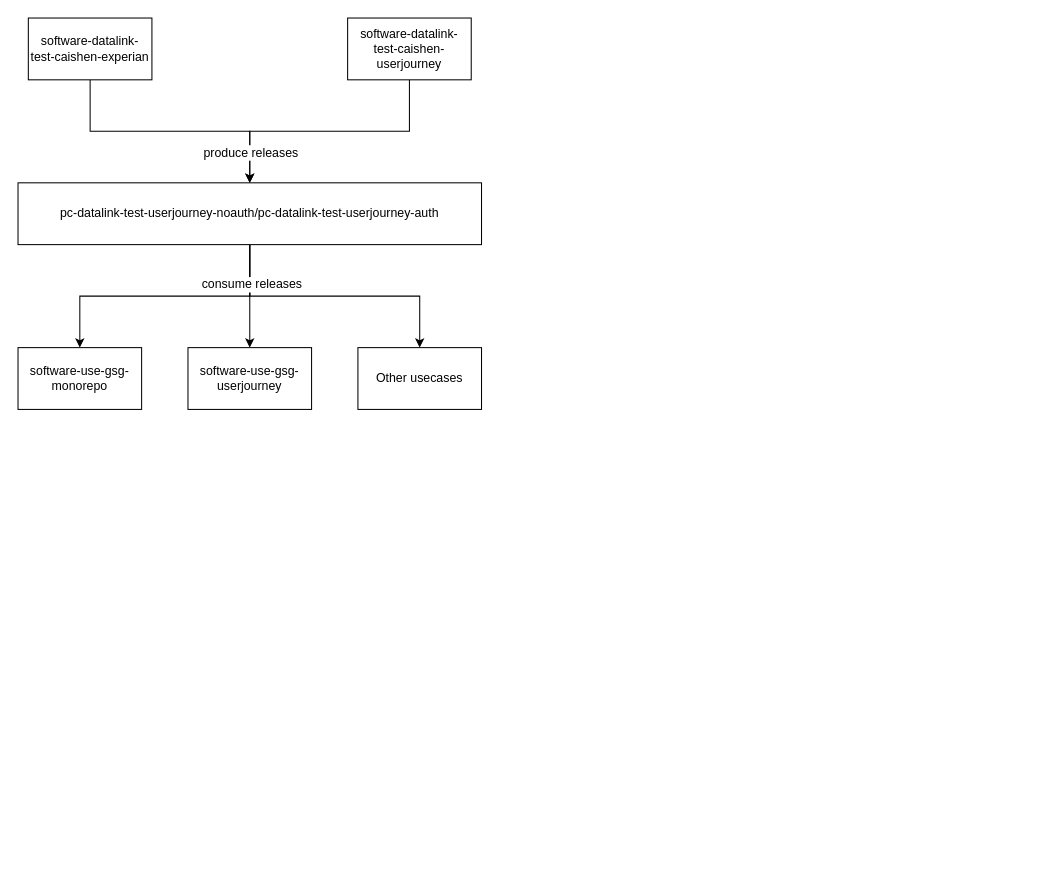
Above: page "Datalink in usecases" (3 of 3) of e1-flows.drawio in cjjian/Diagram (draw.io), before the change. Source tidied: cells renumbered, new cells numbered last; positions are measured from the earlier drawing's top-left corner, leaving out a move shared by most shapes. Both pictures are drawn from the tidied source at 103%, with x=0, y=0 at pixel (18, 18).
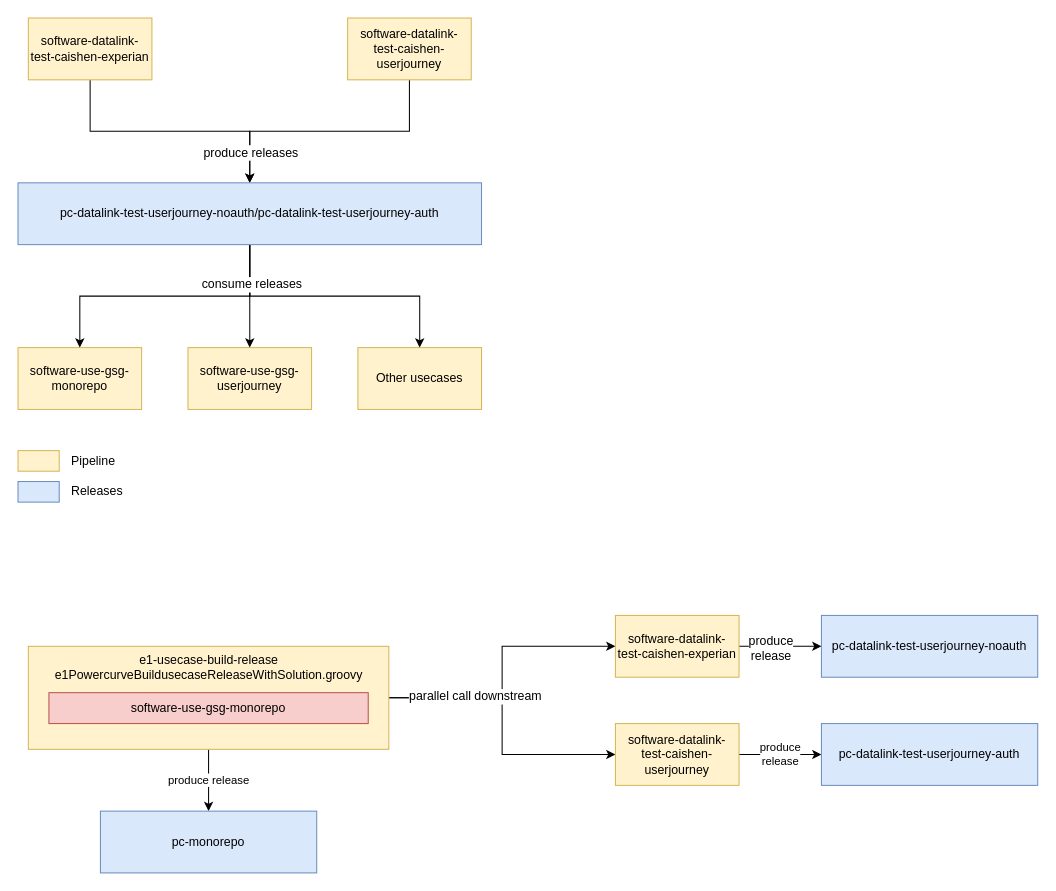
The same diagram, later.

Change to the diagram source:
```diff
@@
-    <mxCell id="2" value="software-use-gsg-monorepo" style="rounded=0;whiteSpace=wrap;html=1;" parent="1" vertex="1">
+    <mxCell id="2" value="software-use-gsg-monorepo" style="rounded=0;whiteSpace=wrap;html=1;fillColor=#fff2cc;strokeColor=#d6b656;" parent="1" vertex="1">
       <mxGeometry y="320" width="120" height="60" as="geometry" />
     </mxCell>
-    <mxCell id="3" value="software-use-gsg-userjourney" style="rounded=0;whiteSpace=wrap;html=1;" parent="1" vertex="1">
+    <mxCell id="3" value="software-use-gsg-userjourney" style="rounded=0;whiteSpace=wrap;html=1;fillColor=#fff2cc;strokeColor=#d6b656;" parent="1" vertex="1">
       <mxGeometry x="165" y="320" width="120" height="60" as="geometry" />
     </mxCell>
@@
-    <mxCell id="5" value="software-datalink-test-caishen-experian" style="rounded=0;whiteSpace=wrap;html=1;" parent="1" vertex="1">
+    <mxCell id="5" value="software-datalink-test-caishen-experian" style="rounded=0;whiteSpace=wrap;html=1;fillColor=#fff2cc;strokeColor=#d6b656;" parent="1" vertex="1">
       <mxGeometry x="10" width="120" height="60" as="geometry" />
     </mxCell>
@@
-    <mxCell id="8" value="software-datalink-test-caishen-userjourney" style="rounded=0;whiteSpace=wrap;html=1;" parent="1" vertex="1">
+    <mxCell id="8" value="software-datalink-test-caishen-userjourney" style="rounded=0;whiteSpace=wrap;html=1;fillColor=#fff2cc;strokeColor=#d6b656;" parent="1" vertex="1">
       <mxGeometry x="320" width="120" height="60" as="geometry" />
     </mxCell>
-    <mxCell id="9" value="Other usecases" style="rounded=0;whiteSpace=wrap;html=1;" parent="1" vertex="1">
+    <mxCell id="9" value="Other usecases" style="rounded=0;whiteSpace=wrap;html=1;fillColor=#fff2cc;strokeColor=#d6b656;" parent="1" vertex="1">
       <mxGeometry x="330" y="320" width="120" height="60" as="geometry" />
     </mxCell>
@@
-    <mxCell id="14" value="pc-datalink-test-userjourney-noauth/pc-datalink-test-userjourney-auth" style="rounded=0;whiteSpace=wrap;html=1;" parent="1" vertex="1">
+    <mxCell id="14" value="pc-datalink-test-userjourney-noauth/pc-datalink-test-userjourney-auth" style="rounded=0;whiteSpace=wrap;html=1;fillColor=#dae8fc;strokeColor=#6c8ebf;" parent="1" vertex="1">
       <mxGeometry y="160" width="450" height="60" as="geometry" />
     </mxCell>
+    <mxCell id="15" style="rounded=0;whiteSpace=wrap;html=1;fillColor=#fff2cc;strokeColor=#d6b656;" parent="1" vertex="1">
+      <mxGeometry y="420" width="40" height="20" as="geometry" />
+    </mxCell>
+    <mxCell id="16" style="rounded=0;whiteSpace=wrap;html=1;fillColor=#dae8fc;strokeColor=#6c8ebf;" parent="1" vertex="1">
+      <mxGeometry y="450" width="40" height="20" as="geometry" />
+    </mxCell>
+    <mxCell id="17" value="Pipeline" style="text;html=1;strokeColor=none;fillColor=none;align=left;verticalAlign=middle;whiteSpace=wrap;rounded=0;" parent="1" vertex="1">
+      <mxGeometry x="50" y="420" width="290" height="20" as="geometry" />
+    </mxCell>
+    <mxCell id="18" value="Releases" style="text;html=1;strokeColor=none;fillColor=none;align=left;verticalAlign=middle;whiteSpace=wrap;rounded=0;" parent="1" vertex="1">
+      <mxGeometry x="50" y="450" width="290" height="20" as="geometry" />
+    </mxCell>
+    <mxCell id="19" style="edgeStyle=orthogonalEdgeStyle;rounded=0;jettySize=auto;html=1;" parent="1" edge="1" source="23" target="27">
+      <mxGeometry relative="1" as="geometry" />
+    </mxCell>
+    <mxCell id="20" style="edgeStyle=orthogonalEdgeStyle;rounded=0;jettySize=auto;html=1;entryX=0;entryY=0.5;entryDx=0;entryDy=0;" parent="1" edge="1" source="23" target="29">
+      <mxGeometry relative="1" as="geometry" />
+    </mxCell>
+    <mxCell id="21" value="parallel call downstream" style="text;html=1;align=center;verticalAlign=middle;labelBackgroundColor=#ffffff;" parent="20" vertex="1">
+      <mxGeometry x="-0.4" y="2" relative="1" as="geometry" />
+    </mxCell>
+    <mxCell id="22" value="produce release" style="edgeStyle=orthogonalEdgeStyle;rounded=0;jettySize=auto;html=1;" parent="1" edge="1" source="23" target="32">
+      <mxGeometry relative="1" as="geometry" />
+    </mxCell>
+    <mxCell id="23" value="&lt;span style=&quot;white-space: normal&quot;&gt;e1-usecase-build-release&lt;/span&gt;&lt;br style=&quot;white-space: normal&quot;&gt;&lt;span style=&quot;white-space: normal&quot;&gt;e1PowercurveBuildusecaseReleaseWithSolution.groovy&lt;/span&gt;" style="html=1;fillColor=#fff2cc;strokeColor=#d6b656;horizontal=1;verticalAlign=top;" parent="1" vertex="1">
+      <mxGeometry x="10" y="610" width="350" height="100" as="geometry" />
+    </mxCell>
+    <mxCell id="24" value="software-use-gsg-monorepo" style="rounded=0;whiteSpace=wrap;html=1;fillColor=#f8cecc;strokeColor=#b85450;" parent="1" vertex="1">
+      <mxGeometry x="30" y="655" width="310" height="30" as="geometry" />
+    </mxCell>
+    <mxCell id="25" style="edgeStyle=orthogonalEdgeStyle;rounded=0;jettySize=auto;html=1;" parent="1" edge="1" source="27" target="30">
+      <mxGeometry relative="1" as="geometry" />
+    </mxCell>
+    <mxCell id="26" value="produce&lt;br&gt;release" style="text;html=1;align=center;verticalAlign=middle;labelBackgroundColor=#ffffff;" parent="25" vertex="1">
+      <mxGeometry x="-0.25" y="-1" relative="1" as="geometry" />
+    </mxCell>
+    <mxCell id="27" value="software-datalink-test-caishen-experian" style="rounded=0;whiteSpace=wrap;html=1;fillColor=#fff2cc;strokeColor=#d6b656;" parent="1" vertex="1">
+      <mxGeometry x="580" y="580" width="120" height="60" as="geometry" />
+    </mxCell>
+    <mxCell id="28" value="produce&lt;br&gt;release" style="edgeStyle=orthogonalEdgeStyle;rounded=0;jettySize=auto;html=1;" parent="1" edge="1" source="29" target="31">
+      <mxGeometry relative="1" as="geometry" />
+    </mxCell>
+    <mxCell id="29" value="software-datalink-test-caishen-userjourney" style="rounded=0;whiteSpace=wrap;html=1;fillColor=#fff2cc;strokeColor=#d6b656;" parent="1" vertex="1">
+      <mxGeometry x="580" y="685" width="120" height="60" as="geometry" />
+    </mxCell>
+    <mxCell id="30" value="pc-datalink-test-userjourney-noauth" style="rounded=0;whiteSpace=wrap;html=1;fillColor=#dae8fc;strokeColor=#6c8ebf;" parent="1" vertex="1">
+      <mxGeometry x="780" y="580" width="210" height="60" as="geometry" />
+    </mxCell>
+    <mxCell id="31" value="pc-datalink-test-userjourney-auth" style="rounded=0;whiteSpace=wrap;html=1;fillColor=#dae8fc;strokeColor=#6c8ebf;" parent="1" vertex="1">
+      <mxGeometry x="780" y="685" width="210" height="60" as="geometry" />
+    </mxCell>
+    <mxCell id="32" value="pc-monorepo" style="rounded=0;whiteSpace=wrap;html=1;fillColor=#dae8fc;strokeColor=#6c8ebf;" parent="1" vertex="1">
+      <mxGeometry x="80" y="770" width="210" height="60" as="geometry" />
+    </mxCell>
```
